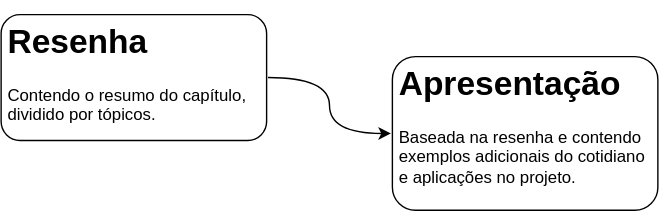
mdmundo/diagrams keeps this draw.io diagram as Gerência de Projetos Flow.svg. Above is the earlier version. Source tidied: cells renumbered, new cells last; positions are measured from the earlier drawing's top-left corner, leaving out a move shared by most shapes. Its diagram source:
```xml
<mxGraphModel>
  <root>
    <mxCell id="0" />
    <mxCell id="1" parent="0" />
    <mxCell id="2" style="edgeStyle=orthogonalEdgeStyle;curved=1;rounded=0;jettySize=auto;html=1;" parent="1" edge="1" source="3" target="4">
      <mxGeometry relative="1" as="geometry" />
    </mxCell>
    <mxCell id="3" value="&lt;h1&gt;Resenha&lt;/h1&gt;&lt;p&gt;Contendo o resumo do capítulo, dividido por tópicos.&lt;/p&gt;" style="text;html=1;spacing=5;spacingTop=-20;whiteSpace=wrap;overflow=hidden;rounded=1;strokeColor=default;perimeterSpacing=1;" parent="1" vertex="1">
      <mxGeometry width="190" height="90" as="geometry" />
    </mxCell>
    <mxCell id="4" value="&lt;h1&gt;Apresentação&lt;/h1&gt;&lt;p&gt;Baseada na resenha e contendo exemplos adicionais do cotidiano e aplicações no projeto.&lt;/p&gt;" style="text;html=1;spacing=5;spacingTop=-20;whiteSpace=wrap;overflow=hidden;rounded=1;strokeColor=default;perimeterSpacing=1;" parent="1" vertex="1">
      <mxGeometry x="280" y="30" width="190" height="110" as="geometry" />
    </mxCell>
  </root>
</mxGraphModel>
```
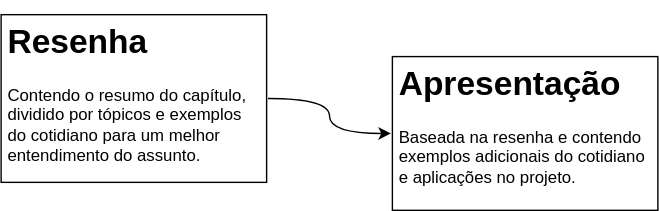
The same diagram one commit later.

The edit, as a diff of the source:
```diff
@@ -5,10 +5,10 @@
     <mxCell id="2" style="edgeStyle=orthogonalEdgeStyle;curved=1;rounded=0;jettySize=auto;html=1;" parent="1" edge="1" source="3" target="4">
       <mxGeometry relative="1" as="geometry" />
     </mxCell>
-    <mxCell id="3" value="&lt;h1&gt;Resenha&lt;/h1&gt;&lt;p&gt;Contendo o resumo do capítulo, dividido por tópicos.&lt;/p&gt;" style="text;html=1;spacing=5;spacingTop=-20;whiteSpace=wrap;overflow=hidden;rounded=1;strokeColor=default;perimeterSpacing=1;" parent="1" vertex="1">
-      <mxGeometry width="190" height="90" as="geometry" />
+    <mxCell id="3" value="&lt;h1&gt;Resenha&lt;/h1&gt;&lt;p&gt;Contendo o resumo do capítulo, dividido por tópicos e exemplos do cotidiano para um melhor entendimento do assunto.&lt;/p&gt;" style="text;html=1;spacing=5;spacingTop=-20;whiteSpace=wrap;overflow=hidden;rounded=0;strokeColor=default;perimeterSpacing=1;glass=0;" parent="1" vertex="1">
+      <mxGeometry width="190" height="120" as="geometry" />
     </mxCell>
-    <mxCell id="4" value="&lt;h1&gt;Apresentação&lt;/h1&gt;&lt;p&gt;Baseada na resenha e contendo exemplos adicionais do cotidiano e aplicações no projeto.&lt;/p&gt;" style="text;html=1;spacing=5;spacingTop=-20;whiteSpace=wrap;overflow=hidden;rounded=1;strokeColor=default;perimeterSpacing=1;" parent="1" vertex="1">
+    <mxCell id="4" value="&lt;h1&gt;Apresentação&lt;/h1&gt;&lt;p&gt;Baseada na resenha e contendo exemplos adicionais do cotidiano e aplicações no projeto.&lt;/p&gt;" style="text;html=1;spacing=5;spacingTop=-20;whiteSpace=wrap;overflow=hidden;rounded=0;strokeColor=default;perimeterSpacing=1;" parent="1" vertex="1">
       <mxGeometry x="280" y="30" width="190" height="110" as="geometry" />
     </mxCell>
   </root>
```
